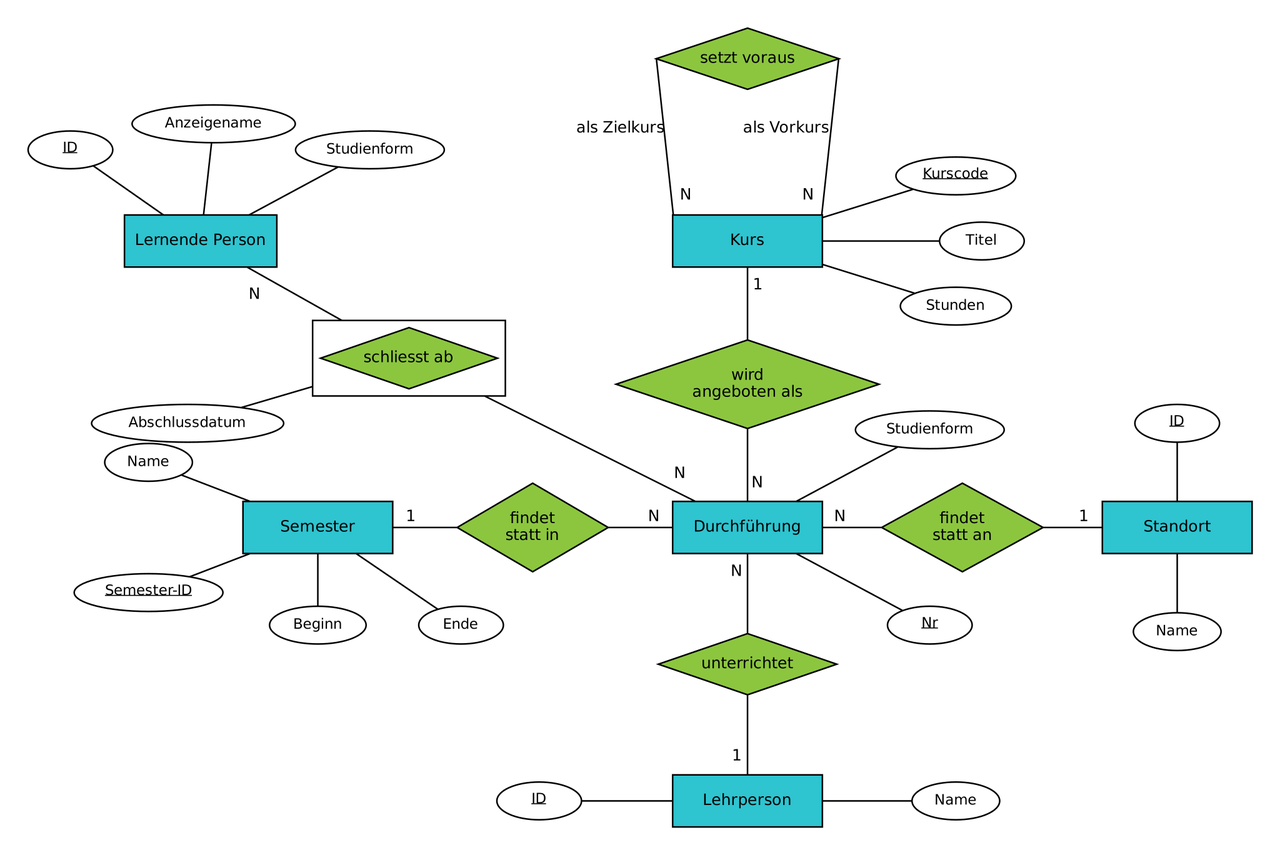
The Graphviz diagram le2-sql/model/conceptual.png in ibidreli/ddi_mcs, before a commit. Its source is kept beside it as le2-sql/model/conceptual.dot.
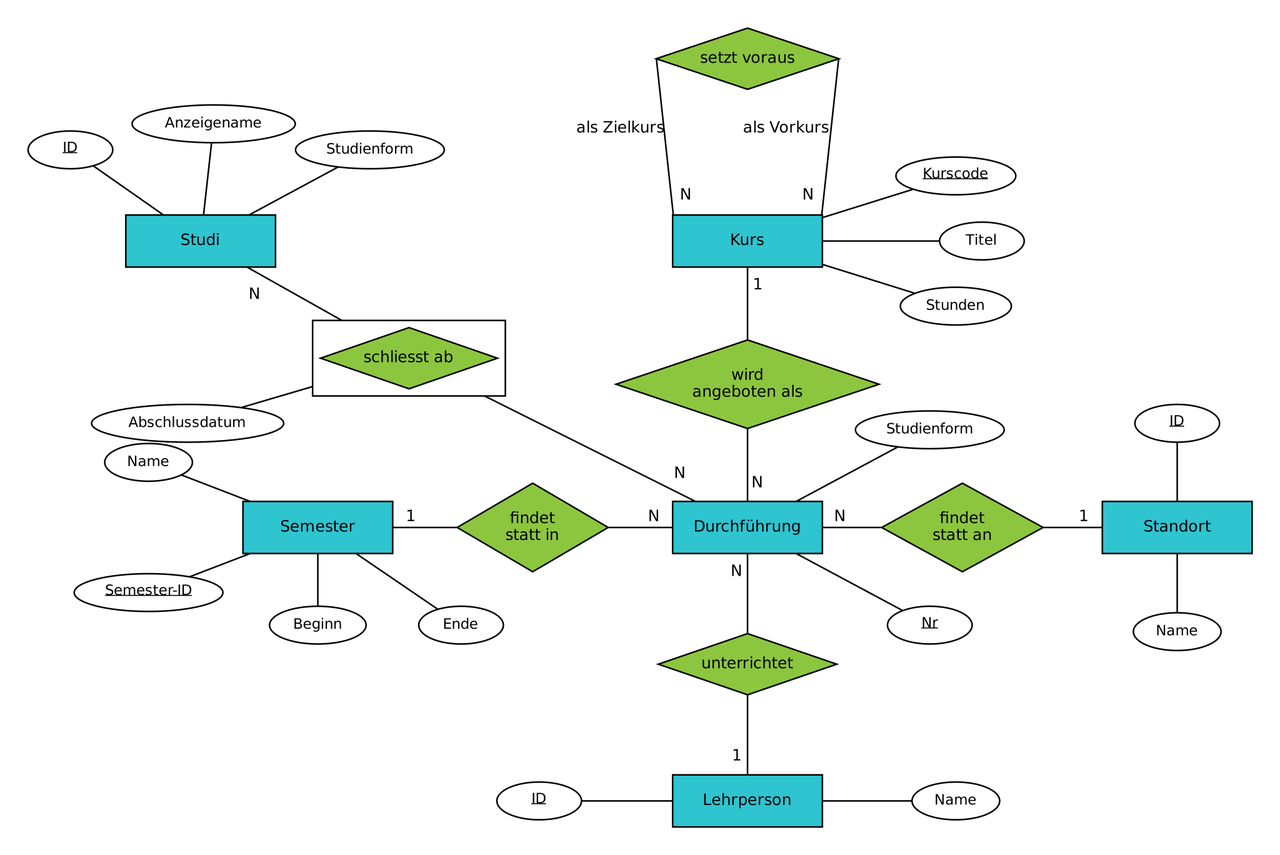
After the commit.

Commit message:
Rename learner to Studi in models and report and translate graph model to German

What changed in the source:
```diff
@@ -9,7 +9,7 @@
   semester [label="Semester",        pos="230,250!"];
   standort [label="Standort",        pos="890,250!"];
   lehr     [label="Lehrperson",      pos="560,40!"];
-  person   [label="Lernende Person", pos="140,470!"];
+  person   [label="Studi", pos="140,470!"];
 
   belegt_box [shape=box, label="", fillcolor="white", width=2.05, height=0.8, pos="300,380!"];
   belegt     [shape=diamond, label="schliesst ab", fillcolor="#8cc63f", width=1.55, height=0.65, pos="300,380!"];
```
